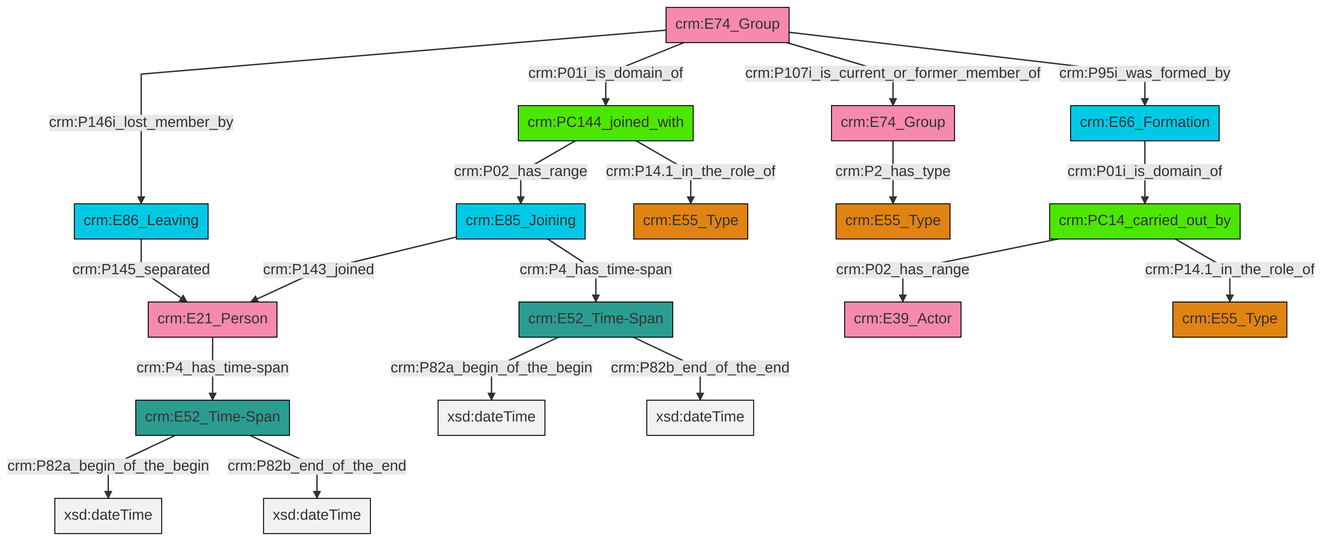
Above: et/groupCSV/ttl/mmd/png/group_actor_relations.png in swiss-art-research-net/docs.swissartresearch (Mermaid), before the change. Its source is kept beside it as et/groupCSV/ttl/mmd/group_actor_relations.ttl.mmd.
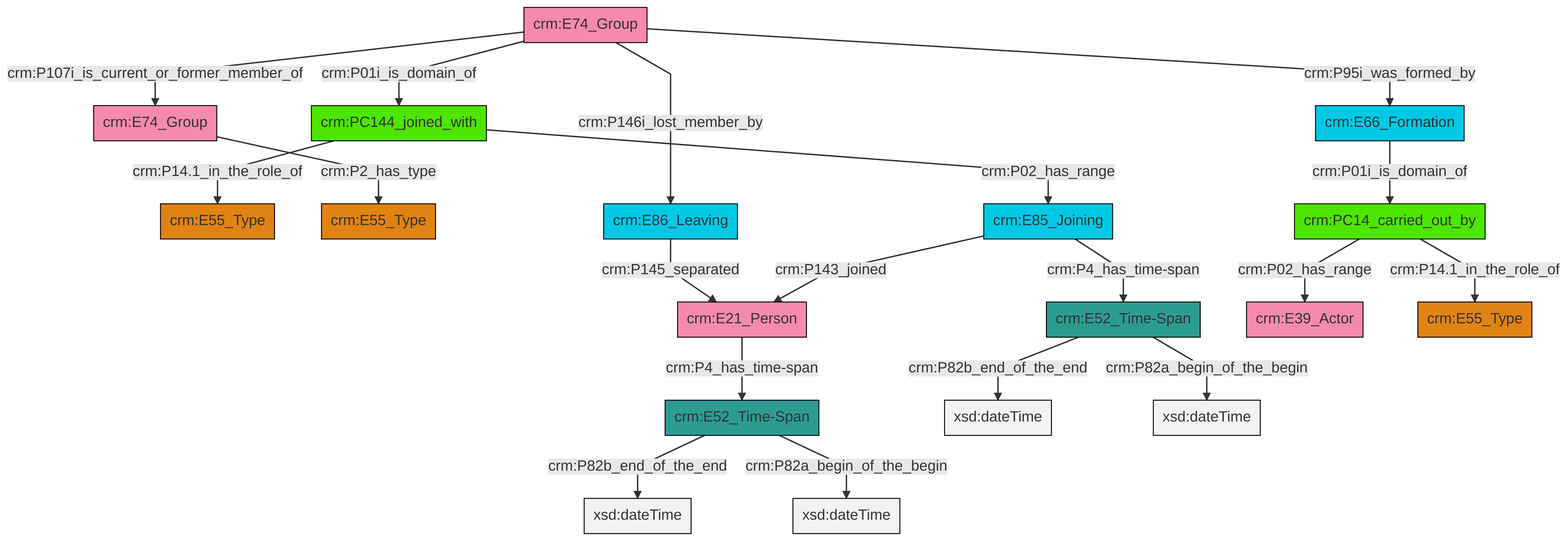
Above is the later version.

Diff of the diagram source:
```diff
@@ -13,21 +13,21 @@
 classDef PC_Classes fill:#4ce600, stroke:#000000;
 classDef Multi fill:#cccccc,stroke:#000000;
 
-8["crm:PC14_carried_out_by"]:::PC_Classes -->|crm:P02_has_range| 6["crm:E39_Actor"]:::Actor
-9["crm:E74_Group"]:::Actor -->|crm:P146i_lost_member_by| 4["crm:E86_Leaving"]:::Temporal_Entity
-10["crm:E85_Joining"]:::Temporal_Entity -->|crm:P143_joined| 11["crm:E21_Person"]:::Actor
-11["crm:E21_Person"]:::Actor -->|crm:P4_has_time-span| 0["crm:E52_Time-Span"]:::Time-Span
-16["crm:PC144_joined_with"]:::PC_Classes -->|crm:P02_has_range| 10["crm:E85_Joining"]:::Temporal_Entity
-18["crm:E74_Group"]:::Actor -->|crm:P2_has_type| 19["crm:E55_Type"]:::Type
-9["crm:E74_Group"]:::Actor -->|crm:P01i_is_domain_of| 16["crm:PC144_joined_with"]:::PC_Classes
-8["crm:PC14_carried_out_by"]:::PC_Classes -->|crm:P14.1_in_the_role_of| 14["crm:E55_Type"]:::Type
-0["crm:E52_Time-Span"]:::Time-Span -->|crm:P82a_begin_of_the_begin| 20[xsd:dateTime]:::Literal
-9["crm:E74_Group"]:::Actor -->|crm:P107i_is_current_or_former_member_of| 18["crm:E74_Group"]:::Actor
-12["crm:E52_Time-Span"]:::Time-Span -->|crm:P82a_begin_of_the_begin| 21[xsd:dateTime]:::Literal
-10["crm:E85_Joining"]:::Temporal_Entity -->|crm:P4_has_time-span| 12["crm:E52_Time-Span"]:::Time-Span
-12["crm:E52_Time-Span"]:::Time-Span -->|crm:P82b_end_of_the_end| 26[xsd:dateTime]:::Literal
-0["crm:E52_Time-Span"]:::Time-Span -->|crm:P82b_end_of_the_end| 31[xsd:dateTime]:::Literal
-4["crm:E86_Leaving"]:::Temporal_Entity -->|crm:P145_separated| 11["crm:E21_Person"]:::Actor
-28["crm:E66_Formation"]:::Temporal_Entity -->|crm:P01i_is_domain_of| 8["crm:PC14_carried_out_by"]:::PC_Classes
-9["crm:E74_Group"]:::Actor -->|crm:P95i_was_formed_by| 28["crm:E66_Formation"]:::Temporal_Entity
-16["crm:PC144_joined_with"]:::PC_Classes -->|crm:P14.1_in_the_role_of| 2["crm:E55_Type"]:::Type
+0["crm:E52_Time-Span"]:::Time-Span -->|crm:P82b_end_of_the_end| 1[xsd:dateTime]:::Literal
+4["crm:E74_Group"]:::Actor -->|crm:P2_has_type| 5["crm:E55_Type"]:::Type
+6["crm:PC144_joined_with"]:::PC_Classes -->|crm:P14.1_in_the_role_of| 2["crm:E55_Type"]:::Type
+15["crm:E85_Joining"]:::Temporal_Entity -->|crm:P4_has_time-span| 13["crm:E52_Time-Span"]:::Time-Span
+16["crm:E74_Group"]:::Actor -->|crm:P01i_is_domain_of| 6["crm:PC144_joined_with"]:::PC_Classes
+16["crm:E74_Group"]:::Actor -->|crm:P107i_is_current_or_former_member_of| 4["crm:E74_Group"]:::Actor
+19["crm:E86_Leaving"]:::Temporal_Entity -->|crm:P145_separated| 7["crm:E21_Person"]:::Actor
+20["crm:PC14_carried_out_by"]:::PC_Classes -->|crm:P02_has_range| 21["crm:E39_Actor"]:::Actor
+0["crm:E52_Time-Span"]:::Time-Span -->|crm:P82a_begin_of_the_begin| 22[xsd:dateTime]:::Literal
+16["crm:E74_Group"]:::Actor -->|crm:P95i_was_formed_by| 9["crm:E66_Formation"]:::Temporal_Entity
+20["crm:PC14_carried_out_by"]:::PC_Classes -->|crm:P14.1_in_the_role_of| 24["crm:E55_Type"]:::Type
+6["crm:PC144_joined_with"]:::PC_Classes -->|crm:P02_has_range| 15["crm:E85_Joining"]:::Temporal_Entity
+13["crm:E52_Time-Span"]:::Time-Span -->|crm:P82b_end_of_the_end| 25[xsd:dateTime]:::Literal
+7["crm:E21_Person"]:::Actor -->|crm:P4_has_time-span| 0["crm:E52_Time-Span"]:::Time-Span
+15["crm:E85_Joining"]:::Temporal_Entity -->|crm:P143_joined| 7["crm:E21_Person"]:::Actor
+9["crm:E66_Formation"]:::Temporal_Entity -->|crm:P01i_is_domain_of| 20["crm:PC14_carried_out_by"]:::PC_Classes
+16["crm:E74_Group"]:::Actor -->|crm:P146i_lost_member_by| 19["crm:E86_Leaving"]:::Temporal_Entity
+13["crm:E52_Time-Span"]:::Time-Span -->|crm:P82a_begin_of_the_begin| 33[xsd:dateTime]:::Literal
```
